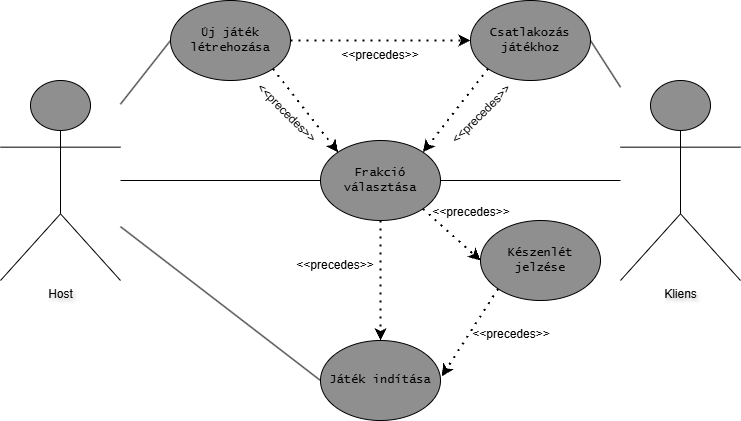
GrG0312/Szakdolgozat keeps this draw.io diagram as Documents/Diagram/UseCase_GameCreation.png. Above is the earlier version. Source tidied: cells renumbered, new cells last; positions are measured from the earlier drawing's top-left corner, leaving out a move shared by most shapes. Source of this version:
```xml
<mxGraphModel>
  <root>
    <mxCell id="0" />
    <mxCell id="1" parent="0" />
    <mxCell id="2" value="Frakció választása" style="ellipse;whiteSpace=wrap;html=1;fontFamily=Lucida Console;fontSize=12;textShadow=0;gradientColor=none;fillColor=#8f8f8f;spacingLeft=5;spacingRight=5;" parent="1" vertex="1">
      <mxGeometry x="320" y="140" width="120" height="80" as="geometry" />
    </mxCell>
    <mxCell id="3" value="Host" style="shape=umlActor;verticalLabelPosition=bottom;verticalAlign=top;html=1;outlineConnect=0;gradientColor=none;fillColor=#8f8f8f;textShadow=1;labelBorderColor=none;labelBackgroundColor=none;" parent="1" vertex="1">
      <mxGeometry y="80" width="120" height="200" as="geometry" />
    </mxCell>
    <mxCell id="4" value="Új játék létrehozása" style="ellipse;whiteSpace=wrap;html=1;fontFamily=Lucida Console;fontSize=12;textShadow=0;gradientColor=none;fillColor=#8f8f8f;spacingLeft=5;spacingRight=5;" parent="1" vertex="1">
      <mxGeometry x="170" width="120" height="80" as="geometry" />
    </mxCell>
    <mxCell id="5" value="Csatlakozás játékhoz" style="ellipse;whiteSpace=wrap;html=1;fontFamily=Lucida Console;fontSize=12;textShadow=0;gradientColor=none;fillColor=#8f8f8f;spacingLeft=5;spacingRight=5;" parent="1" vertex="1">
      <mxGeometry x="470" width="120" height="80" as="geometry" />
    </mxCell>
    <mxCell id="6" style="endArrow=none;html=1;rounded=0;endFill=0;entryX=0;entryY=0.5;entryDx=0;entryDy=0;" parent="1" edge="1" source="3" target="4">
      <mxGeometry relative="1" as="geometry" />
    </mxCell>
    <mxCell id="7" style="endArrow=classic;dashed=1;html=1;dashPattern=1 3;strokeWidth=2;rounded=0;exitX=1;exitY=1;exitDx=0;exitDy=0;entryX=0;entryY=0;entryDx=0;entryDy=0;endFill=1;" parent="1" edge="1" source="4" target="2">
      <mxGeometry relative="1" as="geometry" />
    </mxCell>
    <mxCell id="8" style="endArrow=classic;dashed=1;html=1;dashPattern=1 3;strokeWidth=2;rounded=0;exitX=0;exitY=1;exitDx=0;exitDy=0;entryX=1;entryY=0;entryDx=0;entryDy=0;endFill=1;" parent="1" edge="1" source="5" target="2">
      <mxGeometry relative="1" as="geometry" />
    </mxCell>
    <mxCell id="9" value="&amp;lt;&amp;lt;precedes&amp;gt;&amp;gt;" style="text;html=1;align=center;verticalAlign=middle;whiteSpace=wrap;rounded=0;rotation=45;" parent="1" vertex="1">
      <mxGeometry x="253" y="100" width="67" height="26" as="geometry" />
    </mxCell>
    <mxCell id="10" style="endArrow=none;html=1;rounded=0;endFill=0;entryX=0;entryY=0.5;entryDx=0;entryDy=0;" parent="1" edge="1" source="3" target="2">
      <mxGeometry relative="1" as="geometry" />
    </mxCell>
    <mxCell id="11" value="&amp;lt;&amp;lt;precedes&amp;gt;&amp;gt;" style="text;html=1;align=center;verticalAlign=middle;whiteSpace=wrap;rounded=0;rotation=-45;" parent="1" vertex="1">
      <mxGeometry x="450" y="100" width="62" height="27" as="geometry" />
    </mxCell>
    <mxCell id="12" value="Kliens" style="shape=umlActor;verticalLabelPosition=bottom;verticalAlign=top;html=1;outlineConnect=0;gradientColor=none;fillColor=#8f8f8f;textShadow=1;labelBorderColor=none;labelBackgroundColor=none;" parent="1" vertex="1">
      <mxGeometry x="620" y="80" width="120" height="200" as="geometry" />
    </mxCell>
    <mxCell id="13" style="endArrow=none;html=1;rounded=0;endFill=0;entryX=1;entryY=0.5;entryDx=0;entryDy=0;" parent="1" edge="1" source="12" target="2">
      <mxGeometry relative="1" as="geometry" />
    </mxCell>
    <mxCell id="14" style="endArrow=none;html=1;rounded=0;endFill=0;entryX=1;entryY=0.5;entryDx=0;entryDy=0;" parent="1" edge="1" source="12" target="5">
      <mxGeometry relative="1" as="geometry" />
    </mxCell>
    <mxCell id="15" style="endArrow=classic;dashed=1;html=1;dashPattern=1 3;strokeWidth=2;rounded=0;exitX=1;exitY=0.5;exitDx=0;exitDy=0;entryX=0;entryY=0.5;entryDx=0;entryDy=0;endFill=1;" parent="1" edge="1" source="4" target="5">
      <mxGeometry relative="1" as="geometry" />
    </mxCell>
    <mxCell id="16" value="&amp;lt;&amp;lt;precedes&amp;gt;&amp;gt;" style="text;html=1;align=center;verticalAlign=middle;whiteSpace=wrap;rounded=0;rotation=0;" parent="1" vertex="1">
      <mxGeometry x="335" y="40" width="90" height="30" as="geometry" />
    </mxCell>
    <mxCell id="17" value="Játék indítása" style="ellipse;whiteSpace=wrap;html=1;fontFamily=Lucida Console;fontSize=12;textShadow=0;gradientColor=none;fillColor=#8f8f8f;spacingLeft=5;spacingRight=5;" parent="1" vertex="1">
      <mxGeometry x="320" y="340" width="120" height="80" as="geometry" />
    </mxCell>
    <mxCell id="18" style="endArrow=classic;dashed=1;html=1;dashPattern=1 3;strokeWidth=2;rounded=0;entryX=0.5;entryY=0;entryDx=0;entryDy=0;endFill=1;" parent="1" edge="1" source="2" target="17">
      <mxGeometry relative="1" as="geometry" />
    </mxCell>
    <mxCell id="19" value="&amp;lt;&amp;lt;precedes&amp;gt;&amp;gt;" style="text;html=1;align=center;verticalAlign=middle;whiteSpace=wrap;rounded=0;rotation=0;" parent="1" vertex="1">
      <mxGeometry x="290" y="250" width="90" height="30" as="geometry" />
    </mxCell>
    <mxCell id="20" style="endArrow=none;html=1;rounded=0;endFill=0;entryX=0;entryY=0.5;entryDx=0;entryDy=0;" parent="1" edge="1" source="3" target="17">
      <mxGeometry relative="1" as="geometry" />
    </mxCell>
    <mxCell id="21" value="Készenlét jelzése" style="ellipse;whiteSpace=wrap;html=1;fontFamily=Lucida Console;fontSize=12;textShadow=0;gradientColor=none;fillColor=#8f8f8f;spacingLeft=5;spacingRight=5;" parent="1" vertex="1">
      <mxGeometry x="480" y="220" width="120" height="80" as="geometry" />
    </mxCell>
    <mxCell id="22" style="endArrow=classic;dashed=1;html=1;dashPattern=1 3;strokeWidth=2;rounded=0;exitX=1;exitY=1;exitDx=0;exitDy=0;entryX=0;entryY=0.5;entryDx=0;entryDy=0;endFill=1;" parent="1" edge="1" source="2" target="21">
      <mxGeometry relative="1" as="geometry" />
    </mxCell>
    <mxCell id="23" value="&amp;lt;&amp;lt;precedes&amp;gt;&amp;gt;" style="text;html=1;align=center;verticalAlign=middle;whiteSpace=wrap;rounded=0;rotation=0;" parent="1" vertex="1">
      <mxGeometry x="440" y="198" width="62" height="27" as="geometry" />
    </mxCell>
    <mxCell id="24" style="endArrow=classic;dashed=1;html=1;dashPattern=1 3;strokeWidth=2;rounded=0;exitX=0;exitY=1;exitDx=0;exitDy=0;entryX=1.011;entryY=0.449;entryDx=0;entryDy=0;endFill=1;entryPerimeter=0;" parent="1" edge="1" source="21" target="17">
      <mxGeometry relative="1" as="geometry" />
    </mxCell>
    <mxCell id="25" value="&amp;lt;&amp;lt;precedes&amp;gt;&amp;gt;" style="text;html=1;align=center;verticalAlign=middle;whiteSpace=wrap;rounded=0;rotation=0;" parent="1" vertex="1">
      <mxGeometry x="480" y="320" width="62" height="27" as="geometry" />
    </mxCell>
  </root>
</mxGraphModel>
```
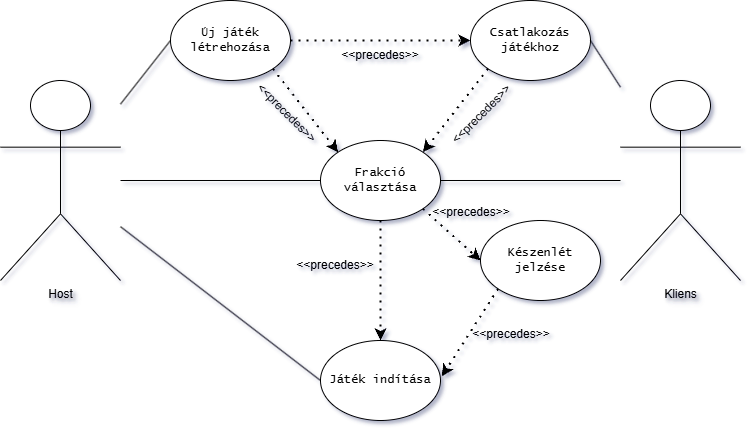
The same file after the commit.

Diff of the diagram source:
```diff
@@ -2,76 +2,76 @@
   <root>
     <mxCell id="0" />
     <mxCell id="1" parent="0" />
-    <mxCell id="2" value="Frakció választása" style="ellipse;whiteSpace=wrap;html=1;fontFamily=Lucida Console;fontSize=12;textShadow=0;gradientColor=none;fillColor=#8f8f8f;spacingLeft=5;spacingRight=5;" parent="1" vertex="1">
+    <mxCell id="2" value="Frakció választása" style="ellipse;whiteSpace=wrap;html=1;fontFamily=Lucida Console;fontSize=12;textShadow=0;spacingLeft=5;spacingRight=5;labelBackgroundColor=none;" parent="1" vertex="1">
       <mxGeometry x="320" y="140" width="120" height="80" as="geometry" />
     </mxCell>
-    <mxCell id="3" value="Host" style="shape=umlActor;verticalLabelPosition=bottom;verticalAlign=top;html=1;outlineConnect=0;gradientColor=none;fillColor=#8f8f8f;textShadow=1;labelBorderColor=none;labelBackgroundColor=none;" parent="1" vertex="1">
+    <mxCell id="3" value="Host" style="shape=umlActor;verticalLabelPosition=bottom;verticalAlign=top;html=1;outlineConnect=0;textShadow=1;labelBorderColor=none;labelBackgroundColor=none;" parent="1" vertex="1">
       <mxGeometry y="80" width="120" height="200" as="geometry" />
     </mxCell>
-    <mxCell id="4" value="Új játék létrehozása" style="ellipse;whiteSpace=wrap;html=1;fontFamily=Lucida Console;fontSize=12;textShadow=0;gradientColor=none;fillColor=#8f8f8f;spacingLeft=5;spacingRight=5;" parent="1" vertex="1">
+    <mxCell id="4" value="Új játék létrehozása" style="ellipse;whiteSpace=wrap;html=1;fontFamily=Lucida Console;fontSize=12;textShadow=0;spacingLeft=5;spacingRight=5;labelBackgroundColor=none;" parent="1" vertex="1">
       <mxGeometry x="170" width="120" height="80" as="geometry" />
     </mxCell>
-    <mxCell id="5" value="Csatlakozás játékhoz" style="ellipse;whiteSpace=wrap;html=1;fontFamily=Lucida Console;fontSize=12;textShadow=0;gradientColor=none;fillColor=#8f8f8f;spacingLeft=5;spacingRight=5;" parent="1" vertex="1">
+    <mxCell id="5" value="Csatlakozás játékhoz" style="ellipse;whiteSpace=wrap;html=1;fontFamily=Lucida Console;fontSize=12;textShadow=0;spacingLeft=5;spacingRight=5;labelBackgroundColor=none;" parent="1" vertex="1">
       <mxGeometry x="470" width="120" height="80" as="geometry" />
     </mxCell>
-    <mxCell id="6" style="endArrow=none;html=1;rounded=0;endFill=0;entryX=0;entryY=0.5;entryDx=0;entryDy=0;" parent="1" edge="1" source="3" target="4">
+    <mxCell id="6" style="endArrow=none;html=1;rounded=0;endFill=0;entryX=0;entryY=0.5;entryDx=0;entryDy=0;labelBackgroundColor=none;fontColor=default;" parent="1" edge="1" source="3" target="4">
       <mxGeometry relative="1" as="geometry" />
     </mxCell>
-    <mxCell id="7" style="endArrow=classic;dashed=1;html=1;dashPattern=1 3;strokeWidth=2;rounded=0;exitX=1;exitY=1;exitDx=0;exitDy=0;entryX=0;entryY=0;entryDx=0;entryDy=0;endFill=1;" parent="1" edge="1" source="4" target="2">
+    <mxCell id="7" style="endArrow=classic;dashed=1;html=1;dashPattern=1 3;strokeWidth=2;rounded=0;exitX=1;exitY=1;exitDx=0;exitDy=0;entryX=0;entryY=0;entryDx=0;entryDy=0;endFill=1;labelBackgroundColor=none;fontColor=default;" parent="1" edge="1" source="4" target="2">
       <mxGeometry relative="1" as="geometry" />
     </mxCell>
-    <mxCell id="8" style="endArrow=classic;dashed=1;html=1;dashPattern=1 3;strokeWidth=2;rounded=0;exitX=0;exitY=1;exitDx=0;exitDy=0;entryX=1;entryY=0;entryDx=0;entryDy=0;endFill=1;" parent="1" edge="1" source="5" target="2">
+    <mxCell id="8" style="endArrow=classic;dashed=1;html=1;dashPattern=1 3;strokeWidth=2;rounded=0;exitX=0;exitY=1;exitDx=0;exitDy=0;entryX=1;entryY=0;entryDx=0;entryDy=0;endFill=1;labelBackgroundColor=none;fontColor=default;" parent="1" edge="1" source="5" target="2">
       <mxGeometry relative="1" as="geometry" />
     </mxCell>
-    <mxCell id="9" value="&amp;lt;&amp;lt;precedes&amp;gt;&amp;gt;" style="text;html=1;align=center;verticalAlign=middle;whiteSpace=wrap;rounded=0;rotation=45;" parent="1" vertex="1">
+    <mxCell id="9" value="&amp;lt;&amp;lt;precedes&amp;gt;&amp;gt;" style="text;html=1;align=center;verticalAlign=middle;whiteSpace=wrap;rounded=0;rotation=45;labelBackgroundColor=none;" parent="1" vertex="1">
       <mxGeometry x="253" y="100" width="67" height="26" as="geometry" />
     </mxCell>
-    <mxCell id="10" style="endArrow=none;html=1;rounded=0;endFill=0;entryX=0;entryY=0.5;entryDx=0;entryDy=0;" parent="1" edge="1" source="3" target="2">
+    <mxCell id="10" style="endArrow=none;html=1;rounded=0;endFill=0;entryX=0;entryY=0.5;entryDx=0;entryDy=0;labelBackgroundColor=none;fontColor=default;" parent="1" edge="1" source="3" target="2">
       <mxGeometry relative="1" as="geometry" />
     </mxCell>
-    <mxCell id="11" value="&amp;lt;&amp;lt;precedes&amp;gt;&amp;gt;" style="text;html=1;align=center;verticalAlign=middle;whiteSpace=wrap;rounded=0;rotation=-45;" parent="1" vertex="1">
+    <mxCell id="11" value="&amp;lt;&amp;lt;precedes&amp;gt;&amp;gt;" style="text;html=1;align=center;verticalAlign=middle;whiteSpace=wrap;rounded=0;rotation=-45;labelBackgroundColor=none;" parent="1" vertex="1">
       <mxGeometry x="450" y="100" width="62" height="27" as="geometry" />
     </mxCell>
-    <mxCell id="12" value="Kliens" style="shape=umlActor;verticalLabelPosition=bottom;verticalAlign=top;html=1;outlineConnect=0;gradientColor=none;fillColor=#8f8f8f;textShadow=1;labelBorderColor=none;labelBackgroundColor=none;" parent="1" vertex="1">
+    <mxCell id="12" value="Kliens" style="shape=umlActor;verticalLabelPosition=bottom;verticalAlign=top;html=1;outlineConnect=0;textShadow=1;labelBorderColor=none;labelBackgroundColor=none;" parent="1" vertex="1">
       <mxGeometry x="620" y="80" width="120" height="200" as="geometry" />
     </mxCell>
-    <mxCell id="13" style="endArrow=none;html=1;rounded=0;endFill=0;entryX=1;entryY=0.5;entryDx=0;entryDy=0;" parent="1" edge="1" source="12" target="2">
+    <mxCell id="13" style="endArrow=none;html=1;rounded=0;endFill=0;entryX=1;entryY=0.5;entryDx=0;entryDy=0;labelBackgroundColor=none;fontColor=default;" parent="1" edge="1" source="12" target="2">
       <mxGeometry relative="1" as="geometry" />
     </mxCell>
-    <mxCell id="14" style="endArrow=none;html=1;rounded=0;endFill=0;entryX=1;entryY=0.5;entryDx=0;entryDy=0;" parent="1" edge="1" source="12" target="5">
+    <mxCell id="14" style="endArrow=none;html=1;rounded=0;endFill=0;entryX=1;entryY=0.5;entryDx=0;entryDy=0;labelBackgroundColor=none;fontColor=default;" parent="1" edge="1" source="12" target="5">
       <mxGeometry relative="1" as="geometry" />
     </mxCell>
-    <mxCell id="15" style="endArrow=classic;dashed=1;html=1;dashPattern=1 3;strokeWidth=2;rounded=0;exitX=1;exitY=0.5;exitDx=0;exitDy=0;entryX=0;entryY=0.5;entryDx=0;entryDy=0;endFill=1;" parent="1" edge="1" source="4" target="5">
+    <mxCell id="15" style="endArrow=classic;dashed=1;html=1;dashPattern=1 3;strokeWidth=2;rounded=0;exitX=1;exitY=0.5;exitDx=0;exitDy=0;entryX=0;entryY=0.5;entryDx=0;entryDy=0;endFill=1;labelBackgroundColor=none;fontColor=default;" parent="1" edge="1" source="4" target="5">
       <mxGeometry relative="1" as="geometry" />
     </mxCell>
-    <mxCell id="16" value="&amp;lt;&amp;lt;precedes&amp;gt;&amp;gt;" style="text;html=1;align=center;verticalAlign=middle;whiteSpace=wrap;rounded=0;rotation=0;" parent="1" vertex="1">
+    <mxCell id="16" value="&amp;lt;&amp;lt;precedes&amp;gt;&amp;gt;" style="text;html=1;align=center;verticalAlign=middle;whiteSpace=wrap;rounded=0;rotation=0;labelBackgroundColor=none;" parent="1" vertex="1">
       <mxGeometry x="335" y="40" width="90" height="30" as="geometry" />
     </mxCell>
-    <mxCell id="17" value="Játék indítása" style="ellipse;whiteSpace=wrap;html=1;fontFamily=Lucida Console;fontSize=12;textShadow=0;gradientColor=none;fillColor=#8f8f8f;spacingLeft=5;spacingRight=5;" parent="1" vertex="1">
+    <mxCell id="17" value="Játék indítása" style="ellipse;whiteSpace=wrap;html=1;fontFamily=Lucida Console;fontSize=12;textShadow=0;spacingLeft=5;spacingRight=5;labelBackgroundColor=none;" parent="1" vertex="1">
       <mxGeometry x="320" y="340" width="120" height="80" as="geometry" />
     </mxCell>
-    <mxCell id="18" style="endArrow=classic;dashed=1;html=1;dashPattern=1 3;strokeWidth=2;rounded=0;entryX=0.5;entryY=0;entryDx=0;entryDy=0;endFill=1;" parent="1" edge="1" source="2" target="17">
+    <mxCell id="18" style="endArrow=classic;dashed=1;html=1;dashPattern=1 3;strokeWidth=2;rounded=0;entryX=0.5;entryY=0;entryDx=0;entryDy=0;endFill=1;labelBackgroundColor=none;fontColor=default;" parent="1" edge="1" source="2" target="17">
       <mxGeometry relative="1" as="geometry" />
     </mxCell>
-    <mxCell id="19" value="&amp;lt;&amp;lt;precedes&amp;gt;&amp;gt;" style="text;html=1;align=center;verticalAlign=middle;whiteSpace=wrap;rounded=0;rotation=0;" parent="1" vertex="1">
+    <mxCell id="19" value="&amp;lt;&amp;lt;precedes&amp;gt;&amp;gt;" style="text;html=1;align=center;verticalAlign=middle;whiteSpace=wrap;rounded=0;rotation=0;labelBackgroundColor=none;" parent="1" vertex="1">
       <mxGeometry x="290" y="250" width="90" height="30" as="geometry" />
     </mxCell>
-    <mxCell id="20" style="endArrow=none;html=1;rounded=0;endFill=0;entryX=0;entryY=0.5;entryDx=0;entryDy=0;" parent="1" edge="1" source="3" target="17">
+    <mxCell id="20" style="endArrow=none;html=1;rounded=0;endFill=0;entryX=0;entryY=0.5;entryDx=0;entryDy=0;labelBackgroundColor=none;fontColor=default;" parent="1" edge="1" source="3" target="17">
       <mxGeometry relative="1" as="geometry" />
     </mxCell>
-    <mxCell id="21" value="Készenlét jelzése" style="ellipse;whiteSpace=wrap;html=1;fontFamily=Lucida Console;fontSize=12;textShadow=0;gradientColor=none;fillColor=#8f8f8f;spacingLeft=5;spacingRight=5;" parent="1" vertex="1">
+    <mxCell id="21" value="Készenlét jelzése" style="ellipse;whiteSpace=wrap;html=1;fontFamily=Lucida Console;fontSize=12;textShadow=0;spacingLeft=5;spacingRight=5;labelBackgroundColor=none;" parent="1" vertex="1">
       <mxGeometry x="480" y="220" width="120" height="80" as="geometry" />
     </mxCell>
-    <mxCell id="22" style="endArrow=classic;dashed=1;html=1;dashPattern=1 3;strokeWidth=2;rounded=0;exitX=1;exitY=1;exitDx=0;exitDy=0;entryX=0;entryY=0.5;entryDx=0;entryDy=0;endFill=1;" parent="1" edge="1" source="2" target="21">
+    <mxCell id="22" style="endArrow=classic;dashed=1;html=1;dashPattern=1 3;strokeWidth=2;rounded=0;exitX=1;exitY=1;exitDx=0;exitDy=0;entryX=0;entryY=0.5;entryDx=0;entryDy=0;endFill=1;labelBackgroundColor=none;fontColor=default;" parent="1" edge="1" source="2" target="21">
       <mxGeometry relative="1" as="geometry" />
     </mxCell>
-    <mxCell id="23" value="&amp;lt;&amp;lt;precedes&amp;gt;&amp;gt;" style="text;html=1;align=center;verticalAlign=middle;whiteSpace=wrap;rounded=0;rotation=0;" parent="1" vertex="1">
+    <mxCell id="23" value="&amp;lt;&amp;lt;precedes&amp;gt;&amp;gt;" style="text;html=1;align=center;verticalAlign=middle;whiteSpace=wrap;rounded=0;rotation=0;labelBackgroundColor=none;" parent="1" vertex="1">
       <mxGeometry x="440" y="198" width="62" height="27" as="geometry" />
     </mxCell>
-    <mxCell id="24" style="endArrow=classic;dashed=1;html=1;dashPattern=1 3;strokeWidth=2;rounded=0;exitX=0;exitY=1;exitDx=0;exitDy=0;entryX=1.011;entryY=0.449;entryDx=0;entryDy=0;endFill=1;entryPerimeter=0;" parent="1" edge="1" source="21" target="17">
+    <mxCell id="24" style="endArrow=classic;dashed=1;html=1;dashPattern=1 3;strokeWidth=2;rounded=0;exitX=0;exitY=1;exitDx=0;exitDy=0;entryX=1.011;entryY=0.449;entryDx=0;entryDy=0;endFill=1;entryPerimeter=0;labelBackgroundColor=none;fontColor=default;" parent="1" edge="1" source="21" target="17">
       <mxGeometry relative="1" as="geometry" />
     </mxCell>
-    <mxCell id="25" value="&amp;lt;&amp;lt;precedes&amp;gt;&amp;gt;" style="text;html=1;align=center;verticalAlign=middle;whiteSpace=wrap;rounded=0;rotation=0;" parent="1" vertex="1">
+    <mxCell id="25" value="&amp;lt;&amp;lt;precedes&amp;gt;&amp;gt;" style="text;html=1;align=center;verticalAlign=middle;whiteSpace=wrap;rounded=0;rotation=0;labelBackgroundColor=none;" parent="1" vertex="1">
       <mxGeometry x="480" y="320" width="62" height="27" as="geometry" />
     </mxCell>
   </root>
```
